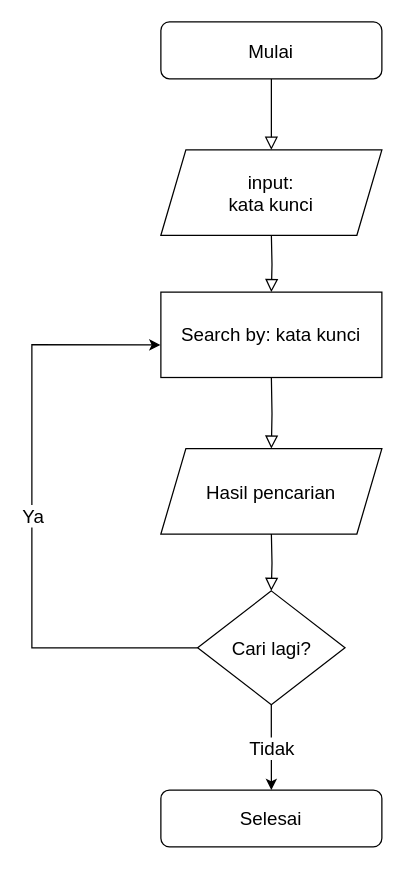
Before: flow-chart-book-search-tool.drawio in wijdancompany/book-search-tool, a draw.io diagram. Source tidied: cells renumbered, new cells numbered last; positions are measured from the earlier drawing's top-left corner, leaving out a move shared by most shapes. Both pictures are drawn from the tidied source at 125%, with x=0, y=0 at pixel (31, 21).
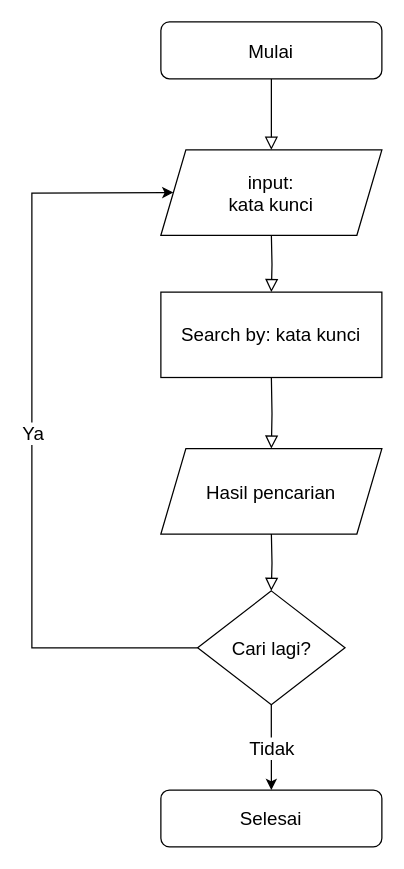
Above is the later version.

The change refers to these unchanged cells:
```xml
<mxCell id="4" value="Search by: kata kunci" style="rounded=0;whiteSpace=wrap;html=1;fontSize=15;" parent="1" vertex="1">
  <mxGeometry x="103.2" y="216.2" width="176.8" height="68.3" as="geometry" />
</mxCell>
<mxCell id="5" value="input:&lt;br style=&quot;font-size: 15px;&quot;&gt;kata kunci" style="shape=parallelogram;perimeter=parallelogramPerimeter;whiteSpace=wrap;html=1;fixedSize=1;fontSize=15;" parent="1" vertex="1">
  <mxGeometry x="103.2" y="102.4" width="176.8" height="68.3" as="geometry" />
</mxCell>
<mxCell id="9" value="Cari lagi?" style="rhombus;whiteSpace=wrap;html=1;fontSize=15;" parent="1" vertex="1">
  <mxGeometry x="132.6" y="455.2" width="117.9" height="91" as="geometry" />
</mxCell>
```

Change to the diagram source:
```diff
@@
-    <mxCell id="10" style="endArrow=classic;html=1;rounded=0;exitX=0;exitY=0.5;exitDx=0;exitDy=0;entryX=-0.002;entryY=0.618;entryDx=0;entryDy=0;entryPerimeter=0;" parent="1" edge="1" source="9" target="4">
+    <mxCell id="10" style="endArrow=classic;html=1;rounded=0;exitX=0;exitY=0.5;exitDx=0;exitDy=0;entryX=0;entryY=0.5;entryDx=0;entryDy=0;" parent="1" edge="1" source="9" target="5">
       <mxGeometry relative="1" as="geometry">
         <Array as="points">
           <mxPoint y="500.7" />
           <mxPoint y="386.9" />
-          <mxPoint y="258.3" />
+          <mxPoint y="137" />
         </Array>
       </mxGeometry>
     </mxCell>
```
